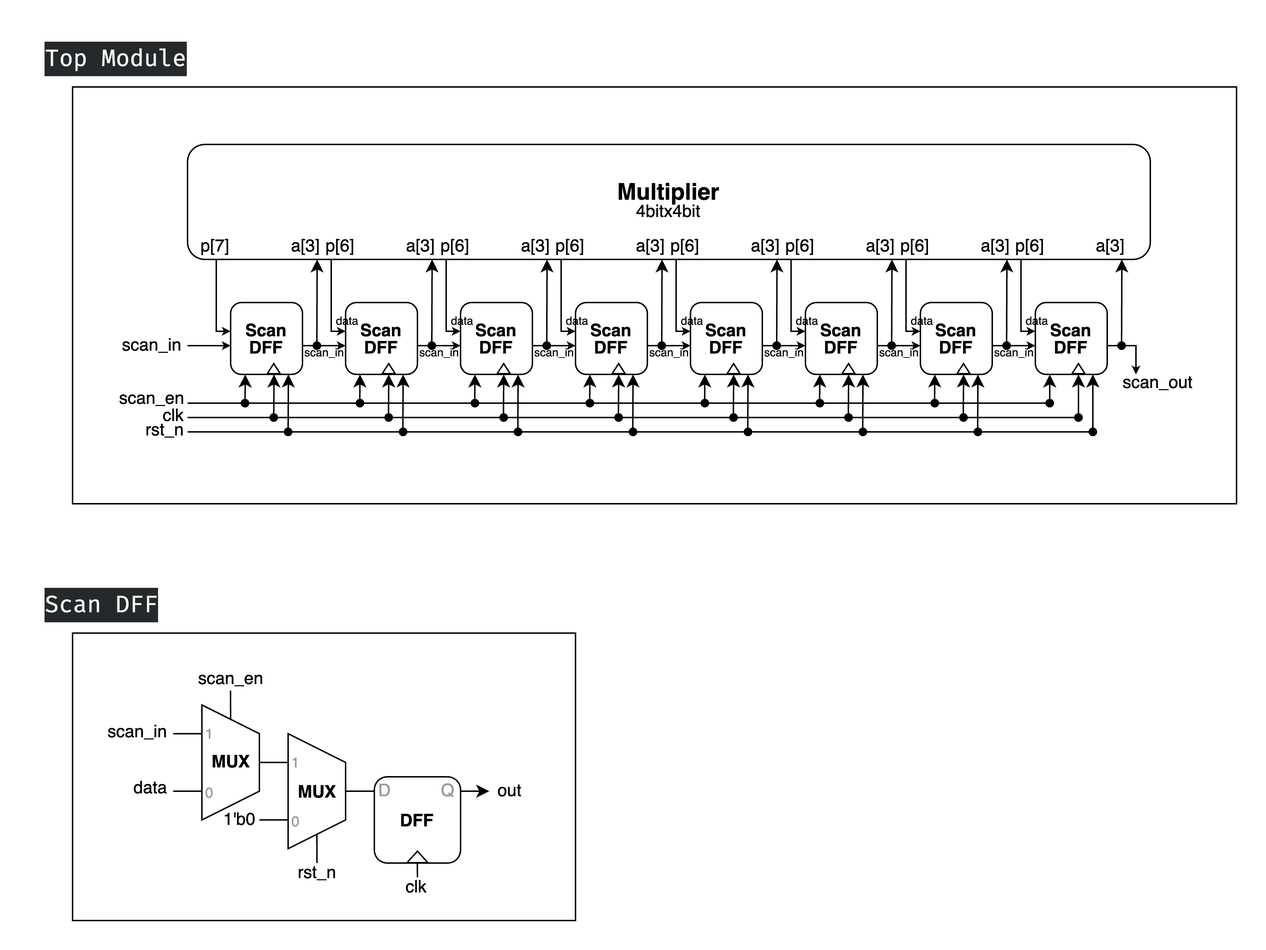
Above: roger/Lab4/Circuit Diagram/a2.png in rogerfan48/Course-Soph1-HDL (draw.io), before the change. Source tidied: cells renumbered, new cells last; positions are measured from the earlier drawing's top-left corner, leaving out a move shared by most shapes.
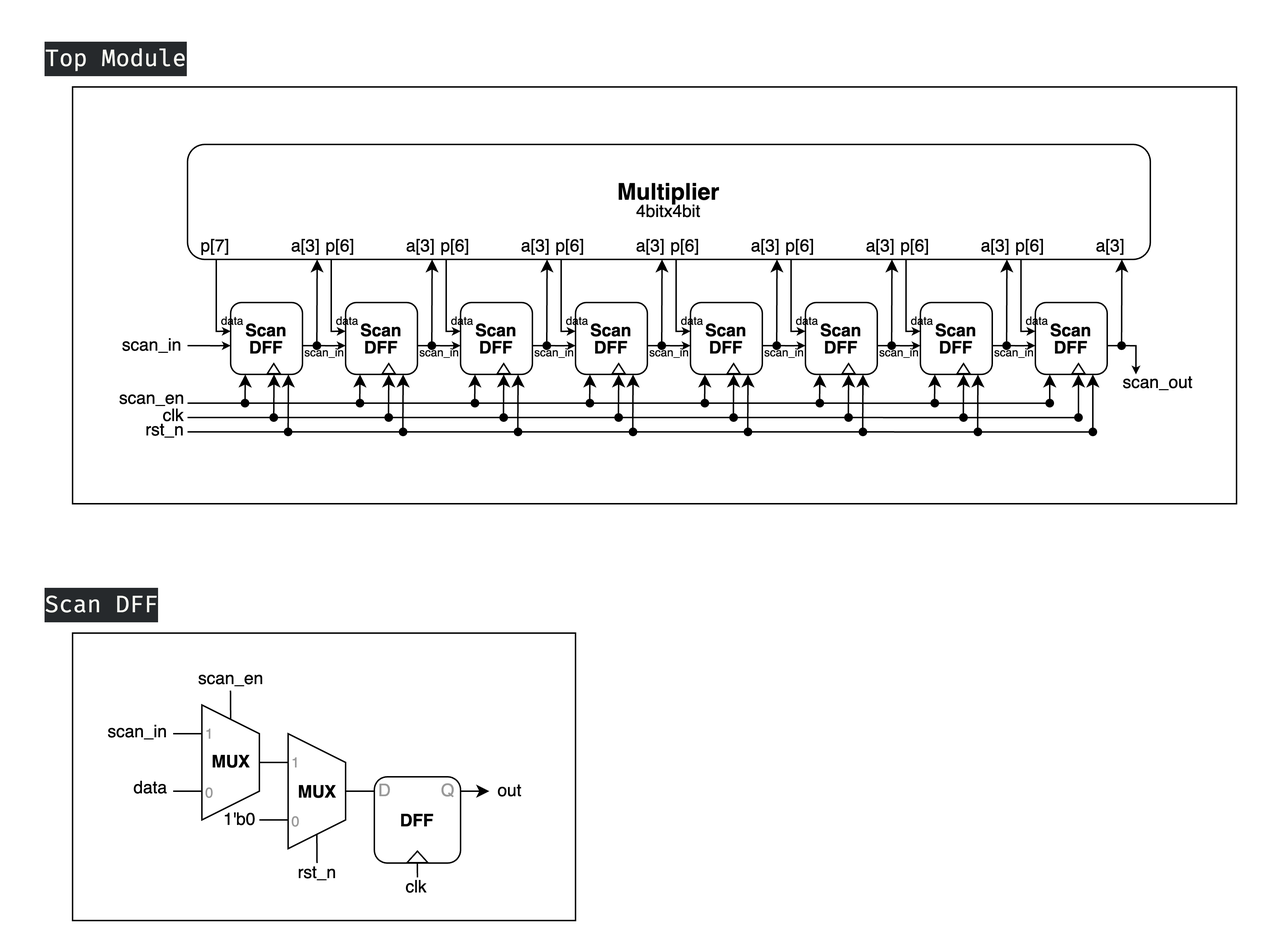
After the change.

The edit, as a diff of the source:
```diff
@@ -727,5 +727,8 @@
     <mxCell id="166" value="Q" style="text;html=1;align=center;verticalAlign=middle;strokeColor=none;fillColor=none;fontColor=#999999;" parent="1" vertex="1">
       <mxGeometry x="276" y="515" width="30" height="30" as="geometry" />
     </mxCell>
+    <mxCell id="167" value="&lt;font style=&quot;font-size: 8px;&quot;&gt;data&lt;/font&gt;" style="text;html=1;align=center;verticalAlign=middle;strokeColor=none;fillColor=none;" parent="1" vertex="1">
+      <mxGeometry x="121" y="187" width="40" height="30" as="geometry" />
+    </mxCell>
   </root>
 </mxGraphModel>
```
